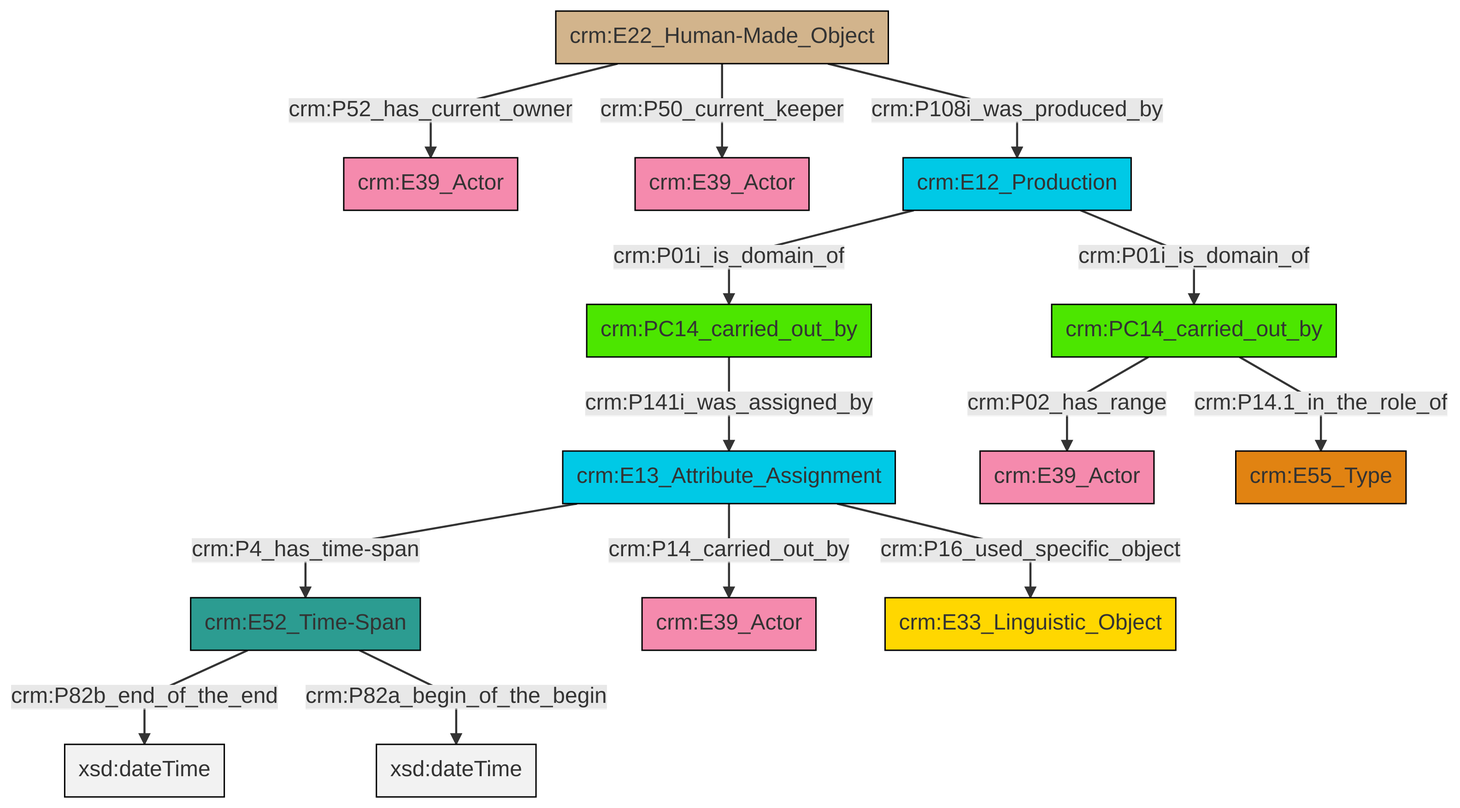
This is et/carrierCSV/ttl/mmd/png/carrier_relations.png from swiss-art-research-net/docs.swissartresearch, a Mermaid export, as it was before one commit. Its source is kept beside it as et/carrierCSV/ttl/mmd/carrier_relations.ttl.mmd.
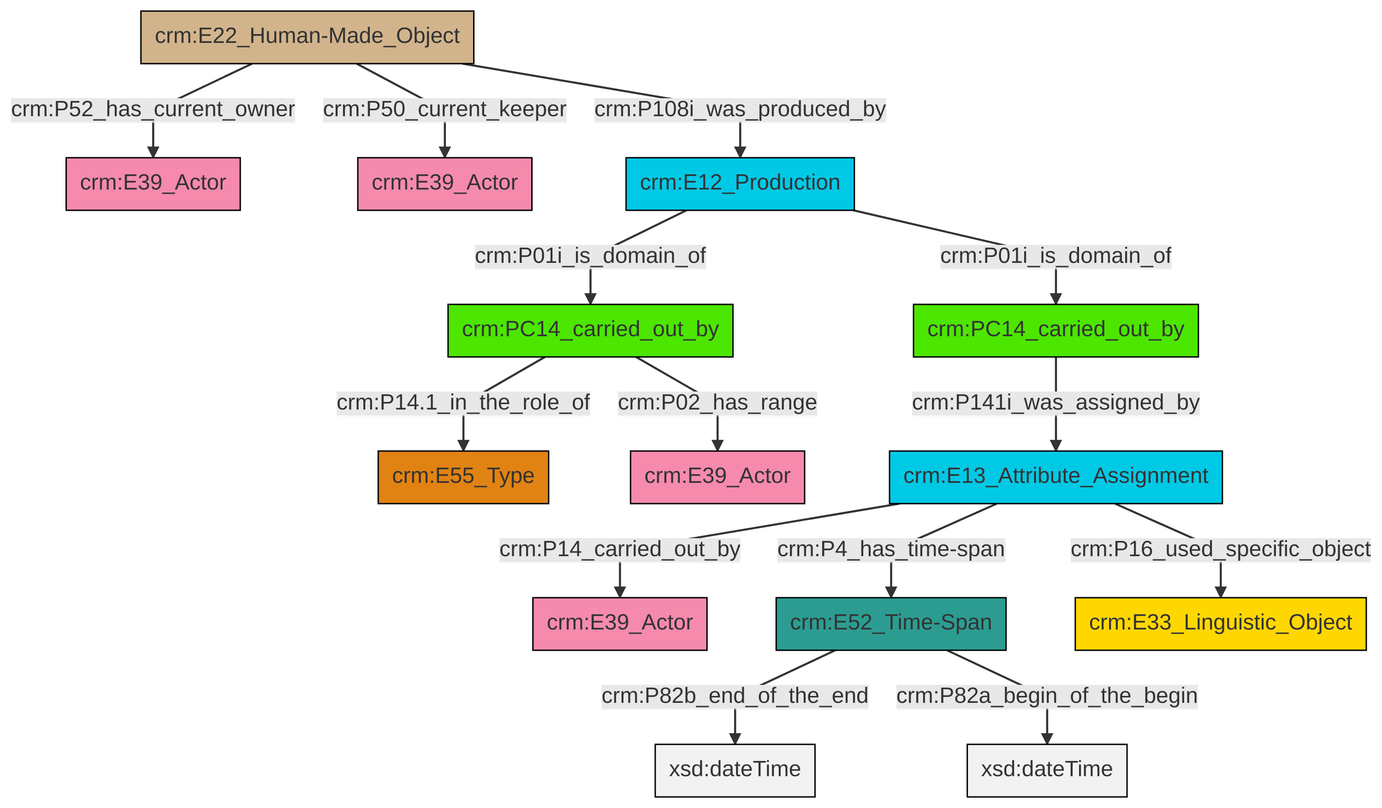
Later version of the same file.

What changed in the source:
```diff
@@ -13,16 +13,16 @@
 classDef PC_Classes fill:#4ce600, stroke:#000000;
 classDef Multi fill:#cccccc,stroke:#000000;
 
-0["crm:PC14_carried_out_by"]:::PC_Classes -->|crm:P141i_was_assigned_by| 1["crm:E13_Attribute_Assignment"]:::Temporal_Entity
-1["crm:E13_Attribute_Assignment"]:::Temporal_Entity -->|crm:P14_carried_out_by| 8["crm:E39_Actor"]:::Actor
-2["crm:E52_Time-Span"]:::Time-Span -->|crm:P82b_end_of_the_end| 10[xsd:dateTime]:::Literal
-1["crm:E13_Attribute_Assignment"]:::Temporal_Entity -->|crm:P4_has_time-span| 2["crm:E52_Time-Span"]:::Time-Span
-14["crm:E22_Human-Made_Object"]:::Physical_Thing -->|crm:P52_has_current_owner| 6["crm:E39_Actor"]:::Actor
-2["crm:E52_Time-Span"]:::Time-Span -->|crm:P82a_begin_of_the_begin| 15[xsd:dateTime]:::Literal
-16["crm:PC14_carried_out_by"]:::PC_Classes -->|crm:P02_has_range| 4["crm:E39_Actor"]:::Actor
-1["crm:E13_Attribute_Assignment"]:::Temporal_Entity -->|crm:P16_used_specific_object| 17["crm:E33_Linguistic_Object"]:::Conceptual_Object
-14["crm:E22_Human-Made_Object"]:::Physical_Thing -->|crm:P108i_was_produced_by| 20["crm:E12_Production"]:::Temporal_Entity
-20["crm:E12_Production"]:::Temporal_Entity -->|crm:P01i_is_domain_of| 0["crm:PC14_carried_out_by"]:::PC_Classes
-16["crm:PC14_carried_out_by"]:::PC_Classes -->|crm:P14.1_in_the_role_of| 23["crm:E55_Type"]:::Type
-20["crm:E12_Production"]:::Temporal_Entity -->|crm:P01i_is_domain_of| 16["crm:PC14_carried_out_by"]:::PC_Classes
-14["crm:E22_Human-Made_Object"]:::Physical_Thing -->|crm:P50_current_keeper| 11["crm:E39_Actor"]:::Actor
+0["crm:PC14_carried_out_by"]:::PC_Classes -->|crm:P14.1_in_the_role_of| 1["crm:E55_Type"]:::Type
+4["crm:E22_Human-Made_Object"]:::Physical_Thing -->|crm:P52_has_current_owner| 5["crm:E39_Actor"]:::Actor
+0["crm:PC14_carried_out_by"]:::PC_Classes -->|crm:P02_has_range| 10["crm:E39_Actor"]:::Actor
+11["crm:E12_Production"]:::Temporal_Entity -->|crm:P01i_is_domain_of| 2["crm:PC14_carried_out_by"]:::PC_Classes
+12["crm:E13_Attribute_Assignment"]:::Temporal_Entity -->|crm:P14_carried_out_by| 13["crm:E39_Actor"]:::Actor
+11["crm:E12_Production"]:::Temporal_Entity -->|crm:P01i_is_domain_of| 0["crm:PC14_carried_out_by"]:::PC_Classes
+2["crm:PC14_carried_out_by"]:::PC_Classes -->|crm:P141i_was_assigned_by| 12["crm:E13_Attribute_Assignment"]:::Temporal_Entity
+14["crm:E52_Time-Span"]:::Time-Span -->|crm:P82b_end_of_the_end| 15[xsd:dateTime]:::Literal
+12["crm:E13_Attribute_Assignment"]:::Temporal_Entity -->|crm:P16_used_specific_object| 16["crm:E33_Linguistic_Object"]:::Conceptual_Object
+4["crm:E22_Human-Made_Object"]:::Physical_Thing -->|crm:P108i_was_produced_by| 11["crm:E12_Production"]:::Temporal_Entity
+4["crm:E22_Human-Made_Object"]:::Physical_Thing -->|crm:P50_current_keeper| 6["crm:E39_Actor"]:::Actor
+12["crm:E13_Attribute_Assignment"]:::Temporal_Entity -->|crm:P4_has_time-span| 14["crm:E52_Time-Span"]:::Time-Span
+14["crm:E52_Time-Span"]:::Time-Span -->|crm:P82a_begin_of_the_begin| 22[xsd:dateTime]:::Literal
```
